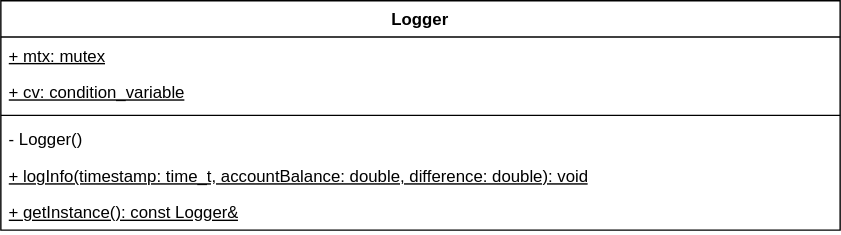
This is Docs/Assets/LoggerUML.svg from fldc/Banksystem, a draw.io export, as it was before one commit. Source tidied: cells renumbered, new cells last; positions are measured from the earlier drawing's top-left corner, leaving out a move shared by most shapes. The source it was exported from:
```xml
<mxGraphModel>
  <root>
    <mxCell id="0" />
    <mxCell id="1" parent="0" />
    <mxCell id="2" value="Logger" style="swimlane;fontStyle=1;align=center;verticalAlign=top;horizontal=1;startSize=26;whiteSpace=wrap;html=1;" parent="1" vertex="1">
      <mxGeometry width="600" height="164" as="geometry" />
    </mxCell>
    <mxCell id="3" value="+ mtx: mutex" style="text;strokeColor=none;fillColor=none;align=left;verticalAlign=top;spacingLeft=4;spacingRight=4;overflow=hidden;whiteSpace=wrap;html=1;fontStyle=4;" parent="2" vertex="1">
      <mxGeometry y="26" width="600" height="26" as="geometry" />
    </mxCell>
    <mxCell id="4" value="+ cv: condition_variable" style="text;strokeColor=none;fillColor=none;align=left;verticalAlign=top;spacingLeft=4;spacingRight=4;overflow=hidden;whiteSpace=wrap;html=1;fontStyle=4;" parent="2" vertex="1">
      <mxGeometry y="52" width="600" height="26" as="geometry" />
    </mxCell>
    <mxCell id="5" style="line;strokeWidth=1;fillColor=none;align=left;verticalAlign=middle;spacingTop=-1;spacingLeft=3;spacingRight=3;labelPosition=right;strokeColor=inherit;" parent="2" vertex="1">
      <mxGeometry y="78" width="600" height="8" as="geometry" />
    </mxCell>
    <mxCell id="6" value="- Logger()" style="text;strokeColor=none;fillColor=none;align=left;verticalAlign=top;spacingLeft=4;spacingRight=4;overflow=hidden;whiteSpace=wrap;html=1;fontStyle=0;" parent="2" vertex="1">
      <mxGeometry y="86" width="600" height="26" as="geometry" />
    </mxCell>
    <mxCell id="7" value="+ logInfo(timestamp: time_t, accountBalance: double, difference: double): void" style="text;strokeColor=none;fillColor=none;align=left;verticalAlign=top;spacingLeft=4;spacingRight=4;overflow=hidden;whiteSpace=wrap;html=1;fontStyle=4;" parent="2" vertex="1">
      <mxGeometry y="112" width="600" height="26" as="geometry" />
    </mxCell>
    <mxCell id="8" value="+ getInstance(): const Logger&amp;amp;" style="text;strokeColor=none;fillColor=none;align=left;verticalAlign=top;spacingLeft=4;spacingRight=4;overflow=hidden;whiteSpace=wrap;html=1;fontStyle=4;" parent="2" vertex="1">
      <mxGeometry y="138" width="600" height="26" as="geometry" />
    </mxCell>
  </root>
</mxGraphModel>
```
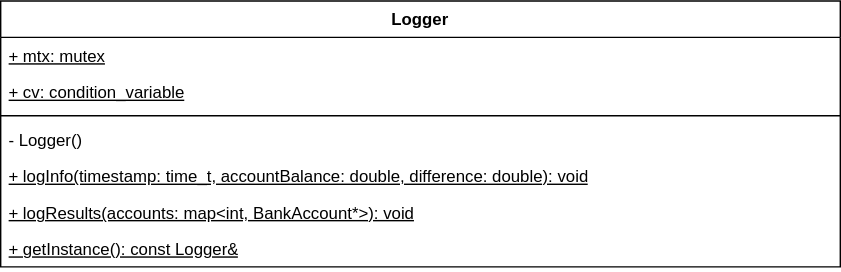
After the commit.

The edit, as a diff of the source:
```diff
@@ -3,7 +3,7 @@
     <mxCell id="0" />
     <mxCell id="1" parent="0" />
     <mxCell id="2" value="Logger" style="swimlane;fontStyle=1;align=center;verticalAlign=top;horizontal=1;startSize=26;whiteSpace=wrap;html=1;" parent="1" vertex="1">
-      <mxGeometry width="600" height="164" as="geometry" />
+      <mxGeometry width="600" height="190" as="geometry" />
     </mxCell>
     <mxCell id="3" value="+ mtx: mutex" style="text;strokeColor=none;fillColor=none;align=left;verticalAlign=top;spacingLeft=4;spacingRight=4;overflow=hidden;whiteSpace=wrap;html=1;fontStyle=4;" parent="2" vertex="1">
       <mxGeometry y="26" width="600" height="26" as="geometry" />
@@ -20,8 +20,11 @@
     <mxCell id="7" value="+ logInfo(timestamp: time_t, accountBalance: double, difference: double): void" style="text;strokeColor=none;fillColor=none;align=left;verticalAlign=top;spacingLeft=4;spacingRight=4;overflow=hidden;whiteSpace=wrap;html=1;fontStyle=4;" parent="2" vertex="1">
       <mxGeometry y="112" width="600" height="26" as="geometry" />
     </mxCell>
+    <mxCell id="9" value="+ logResults(accounts: map&amp;lt;int, BankAccount*&amp;gt;): void" style="text;strokeColor=none;fillColor=none;align=left;verticalAlign=top;spacingLeft=4;spacingRight=4;overflow=hidden;whiteSpace=wrap;html=1;fontStyle=4;" parent="2" vertex="1">
+      <mxGeometry y="138" width="600" height="26" as="geometry" />
+    </mxCell>
     <mxCell id="8" value="+ getInstance(): const Logger&amp;amp;" style="text;strokeColor=none;fillColor=none;align=left;verticalAlign=top;spacingLeft=4;spacingRight=4;overflow=hidden;whiteSpace=wrap;html=1;fontStyle=4;" parent="2" vertex="1">
-      <mxGeometry y="138" width="600" height="26" as="geometry" />
+      <mxGeometry y="164" width="600" height="26" as="geometry" />
     </mxCell>
   </root>
 </mxGraphModel>
```
